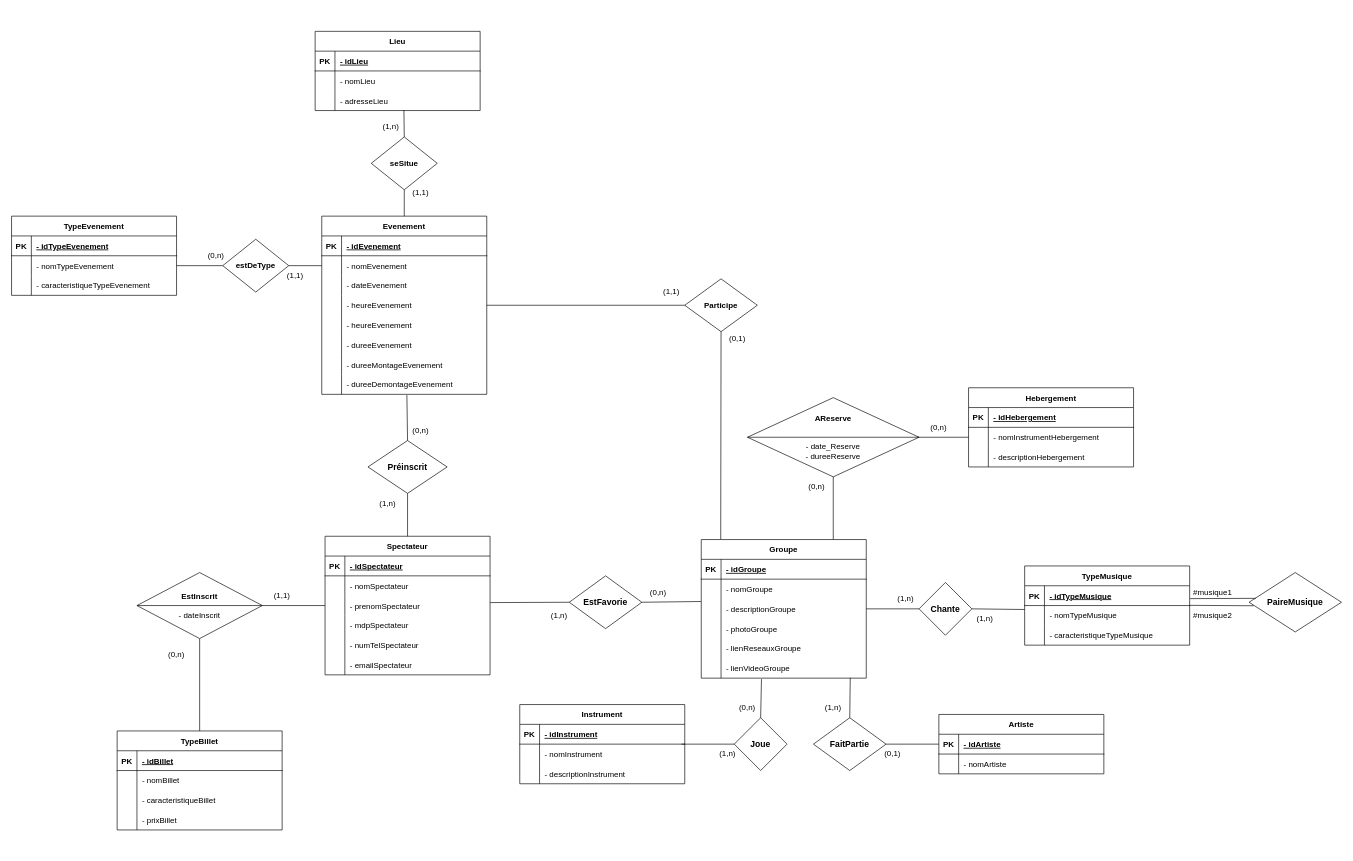
The draw.io diagram Diagramme.drawio in RomainMechain/SAE_BD, before the edit. Source tidied: cells renumbered, new cells numbered last; positions are measured from the earlier drawing's top-left corner, leaving out a move shared by most shapes. Both pictures are drawn from the tidied source at 66%, with x=0, y=0 at pixel (11, 31).
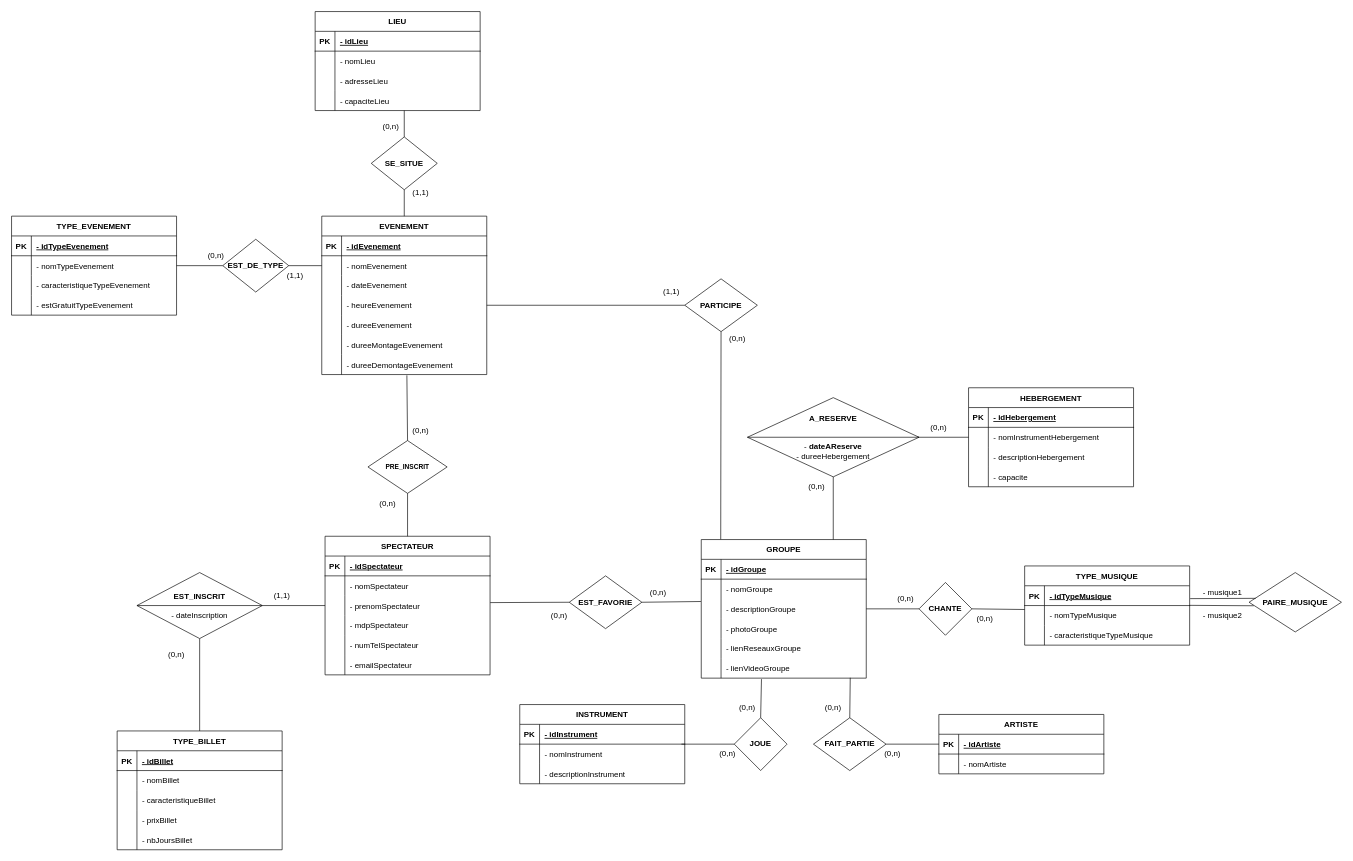
The same page after the edit.

Commit message (it also covers changes not shown here):
Fix: correction final du diagramme

The change refers to these unchanged cells:
```xml
<mxCell id="41" style="shape=partialRectangle;fillColor=none;points=[[0,0.5],[1,0.5]];portConstraint=eastwest;top=0;left=0;right=0;bottom=0;" parent="34" vertex="1">
  <mxGeometry y="90" width="250" height="30" as="geometry" />
</mxCell>
<mxCell id="57" style="shape=partialRectangle;fillColor=none;top=0;left=0;right=0;bottom=0;" parent="44" vertex="1">
  <mxGeometry y="150" width="250" height="30" as="geometry" />
</mxCell>
```

Diff of the diagram source:
```diff
@@
-    <mxCell id="2" value="Spectateur" style="shape=table;startSize=30;childLayout=tableLayout;rowLines=0;fontStyle=1;align=center;" parent="1" vertex="1">
+    <mxCell id="2" value="SPECTATEUR" style="shape=table;startSize=30;childLayout=tableLayout;rowLines=0;fontStyle=1;align=center;" parent="1" vertex="1">
       <mxGeometry x="475" y="765" width="250" height="210" as="geometry" />
     </mxCell>
@@
-    <mxCell id="21" value="TypeBillet" style="shape=table;startSize=30;childLayout=tableLayout;rowLines=0;fontStyle=1;align=center;" parent="1" vertex="1">
-      <mxGeometry x="160" y="1060" width="250" height="150" as="geometry" />
+    <mxCell id="21" value="TYPE_BILLET" style="shape=table;startSize=30;childLayout=tableLayout;rowLines=0;fontStyle=1;align=center;" parent="1" vertex="1">
+      <mxGeometry x="160" y="1060" width="250" height="180" as="geometry" />
     </mxCell>
@@
+    <mxCell id="192" style="shape=partialRectangle;fillColor=none;top=0;left=0;right=0;bottom=0;" parent="21" vertex="1">
+      <mxGeometry y="150" width="250" height="30" as="geometry" />
+    </mxCell>
+    <mxCell id="193" style="shape=partialRectangle;overflow=hidden;fillColor=none;top=0;left=0;bottom=0;right=0;" parent="192" vertex="1">
+      <mxGeometry width="30" height="30" as="geometry" />
+    </mxCell>
+    <mxCell id="194" value="- nbJoursBillet" style="shape=partialRectangle;overflow=hidden;fillColor=none;top=0;left=0;bottom=0;right=0;align=left;spacingLeft=6;" parent="192" vertex="1">
+      <mxGeometry x="30" width="220" height="30" as="geometry" />
+    </mxCell>
-    <mxCell id="34" value="Lieu" style="shape=table;startSize=30;childLayout=tableLayout;rowLines=0;fontStyle=1;align=center;" parent="1" vertex="1">
-      <mxGeometry x="460" width="250" height="120" as="geometry" />
+    <mxCell id="34" value="LIEU" style="shape=table;startSize=30;childLayout=tableLayout;rowLines=0;fontStyle=1;align=center;" parent="1" vertex="1">
+      <mxGeometry x="460" y="-30" width="250" height="150" as="geometry" />
     </mxCell>
@@
+    <mxCell id="195" style="shape=partialRectangle;fillColor=none;top=0;left=0;right=0;bottom=0;" parent="34" vertex="1">
+      <mxGeometry y="120" width="250" height="30" as="geometry" />
+    </mxCell>
+    <mxCell id="196" style="shape=partialRectangle;overflow=hidden;fillColor=none;top=0;left=0;bottom=0;right=0;" parent="195" vertex="1">
+      <mxGeometry width="30" height="30" as="geometry" />
+    </mxCell>
+    <mxCell id="197" value="- capaciteLieu" style="shape=partialRectangle;overflow=hidden;fillColor=none;top=0;left=0;bottom=0;right=0;align=left;spacingLeft=6;" parent="195" vertex="1">
+      <mxGeometry x="30" width="220" height="30" as="geometry" />
+    </mxCell>
-    <mxCell id="44" value="Evenement" style="shape=table;startSize=30;childLayout=tableLayout;rowLines=0;fontStyle=1;align=center;" parent="1" vertex="1">
-      <mxGeometry x="470" y="280" width="250" height="270" as="geometry" />
+    <mxCell id="44" value="EVENEMENT" style="shape=table;startSize=30;childLayout=tableLayout;rowLines=0;fontStyle=1;align=center;" parent="1" vertex="1">
+      <mxGeometry x="470" y="280" width="250" height="240" as="geometry" />
     </mxCell>
@@
-    <mxCell id="59" value="- heureEvenement" style="shape=partialRectangle;overflow=hidden;fillColor=none;top=0;left=0;bottom=0;right=0;align=left;spacingLeft=6;" parent="57" vertex="1">
+    <mxCell id="59" value="- dureeEvenement" style="shape=partialRectangle;overflow=hidden;fillColor=none;top=0;left=0;bottom=0;right=0;align=left;spacingLeft=6;" parent="57" vertex="1">
       <mxGeometry x="30" width="220" height="30" as="geometry" />
     </mxCell>
-    <mxCell id="60" style="shape=partialRectangle;fillColor=none;top=0;left=0;right=0;bottom=0;" parent="44" vertex="1">
-      <mxGeometry y="180" width="250" height="30" as="geometry" />
-    </mxCell>
-    <mxCell id="61" style="shape=partialRectangle;overflow=hidden;fillColor=none;top=0;left=0;bottom=0;right=0;" parent="60" vertex="1">
-      <mxGeometry width="30" height="30" as="geometry" />
-    </mxCell>
-    <mxCell id="62" value="- dureeEvenement" style="shape=partialRectangle;overflow=hidden;fillColor=none;top=0;left=0;bottom=0;right=0;align=left;spacingLeft=6;" parent="60" vertex="1">
-      <mxGeometry x="30" width="220" height="30" as="geometry" />
-    </mxCell>
     <mxCell id="63" style="shape=partialRectangle;fillColor=none;top=0;left=0;right=0;bottom=0;" parent="44" vertex="1">
-      <mxGeometry y="210" width="250" height="30" as="geometry" />
+      <mxGeometry y="180" width="250" height="30" as="geometry" />
     </mxCell>
@@
     <mxCell id="66" style="shape=partialRectangle;fillColor=none;points=[[0,0.5],[1,0.5]];portConstraint=eastwest;top=0;left=0;right=0;bottom=0;" parent="44" vertex="1">
-      <mxGeometry y="240" width="250" height="30" as="geometry" />
+      <mxGeometry y="210" width="250" height="30" as="geometry" />
     </mxCell>
@@
-    <mxCell id="69" value="TypeEvenement" style="shape=table;startSize=30;childLayout=tableLayout;rowLines=0;fontStyle=1;align=center;" parent="1" vertex="1">
-      <mxGeometry y="280" width="250" height="120" as="geometry" />
+    <mxCell id="69" value="TYPE_EVENEMENT" style="shape=table;startSize=30;childLayout=tableLayout;rowLines=0;fontStyle=1;align=center;" parent="1" vertex="1">
+      <mxGeometry y="280" width="250" height="150" as="geometry" />
     </mxCell>
@@
+    <mxCell id="198" style="shape=partialRectangle;fillColor=none;top=0;left=0;right=0;bottom=0;" parent="69" vertex="1">
+      <mxGeometry y="120" width="250" height="30" as="geometry" />
+    </mxCell>
+    <mxCell id="199" style="shape=partialRectangle;overflow=hidden;fillColor=none;top=0;left=0;bottom=0;right=0;" parent="198" vertex="1">
+      <mxGeometry width="30" height="30" as="geometry" />
+    </mxCell>
+    <mxCell id="200" value="- estGratuitTypeEvenement" style="shape=partialRectangle;overflow=hidden;fillColor=none;top=0;left=0;bottom=0;right=0;align=left;spacingLeft=6;" parent="198" vertex="1">
+      <mxGeometry x="30" width="220" height="30" as="geometry" />
+    </mxCell>
-    <mxCell id="79" value="Artiste" style="shape=table;startSize=30;childLayout=tableLayout;rowLines=0;fontStyle=1;align=center;" parent="1" vertex="1">
+    <mxCell id="79" value="ARTISTE" style="shape=table;startSize=30;childLayout=tableLayout;rowLines=0;fontStyle=1;align=center;" parent="1" vertex="1">
       <mxGeometry x="1405" y="1035" width="250" height="90" as="geometry" />
     </mxCell>
@@
-    <mxCell id="86" value="Groupe" style="shape=table;startSize=30;childLayout=tableLayout;rowLines=0;fontStyle=1;align=center;" parent="1" vertex="1">
+    <mxCell id="86" value="GROUPE" style="shape=table;startSize=30;childLayout=tableLayout;rowLines=0;fontStyle=1;align=center;" parent="1" vertex="1">
       <mxGeometry x="1045" y="770" width="250" height="210" as="geometry" />
     </mxCell>
@@
-    <mxCell id="105" value="Instrument" style="shape=table;startSize=30;childLayout=tableLayout;rowLines=0;fontStyle=1;align=center;" parent="1" vertex="1">
+    <mxCell id="105" value="INSTRUMENT" style="shape=table;startSize=30;childLayout=tableLayout;rowLines=0;fontStyle=1;align=center;" parent="1" vertex="1">
       <mxGeometry x="770" y="1020" width="250" height="120" as="geometry" />
     </mxCell>
@@
-    <mxCell id="115" value="TypeMusique" style="shape=table;startSize=30;childLayout=tableLayout;rowLines=0;fontStyle=1;align=center;" parent="1" vertex="1">
+    <mxCell id="115" value="TYPE_MUSIQUE" style="shape=table;startSize=30;childLayout=tableLayout;rowLines=0;fontStyle=1;align=center;" parent="1" vertex="1">
       <mxGeometry x="1535" y="810" width="250" height="120" as="geometry" />
     </mxCell>
@@
-    <mxCell id="125" value="Hebergement" style="shape=table;startSize=30;childLayout=tableLayout;rowLines=0;fontStyle=1;align=center;" parent="1" vertex="1">
-      <mxGeometry x="1450" y="540" width="250" height="120" as="geometry" />
+    <mxCell id="125" value="HEBERGEMENT" style="shape=table;startSize=30;childLayout=tableLayout;rowLines=0;fontStyle=1;align=center;" parent="1" vertex="1">
+      <mxGeometry x="1450" y="540" width="250" height="150" as="geometry" />
     </mxCell>
@@
+    <mxCell id="201" style="shape=partialRectangle;fillColor=none;top=0;left=0;right=0;bottom=0;" parent="125" vertex="1">
+      <mxGeometry y="120" width="250" height="30" as="geometry" />
+    </mxCell>
+    <mxCell id="202" style="shape=partialRectangle;overflow=hidden;fillColor=none;top=0;left=0;bottom=0;right=0;" parent="201" vertex="1">
+      <mxGeometry width="30" height="30" as="geometry" />
+    </mxCell>
+    <mxCell id="203" value="- capacite" style="shape=partialRectangle;overflow=hidden;fillColor=none;top=0;left=0;bottom=0;right=0;align=left;spacingLeft=6;" parent="201" vertex="1">
+      <mxGeometry x="30" width="220" height="30" as="geometry" />
+    </mxCell>
-    <mxCell id="135" value="&lt;font size=&quot;1&quot;&gt;&lt;b style=&quot;font-size: 13px;&quot;&gt;Préinscrit&lt;/b&gt;&lt;/font&gt;" style="rhombus;whiteSpace=wrap;html=1;" parent="1" vertex="1">
+    <mxCell id="135" value="&lt;font size=&quot;1&quot;&gt;&lt;b&gt;PRE_INSCRIT&lt;/b&gt;&lt;/font&gt;" style="rhombus;whiteSpace=wrap;html=1;" parent="1" vertex="1">
       <mxGeometry x="540" y="620" width="120" height="80" as="geometry" />
     </mxCell>
-    <mxCell id="136" value="&lt;b&gt;&lt;font style=&quot;font-size: 13px;&quot;&gt;EstFavorie&lt;/font&gt;&lt;/b&gt;" style="rhombus;whiteSpace=wrap;html=1;" parent="1" vertex="1">
+    <mxCell id="136" value="&lt;b&gt;EST_FAVORIE&lt;/b&gt;" style="rhombus;whiteSpace=wrap;html=1;" parent="1" vertex="1">
       <mxGeometry x="845" y="825" width="110" height="80" as="geometry" />
     </mxCell>
-    <mxCell id="137" value="&lt;b&gt;&lt;font style=&quot;font-size: 13px;&quot;&gt;PaireMusique&lt;/font&gt;&lt;/b&gt;" style="rhombus;whiteSpace=wrap;html=1;" parent="1" vertex="1">
+    <mxCell id="137" value="&lt;b&gt;PAIRE_MUSIQUE&lt;/b&gt;" style="rhombus;whiteSpace=wrap;html=1;" parent="1" vertex="1">
       <mxGeometry x="1875" y="820" width="140" height="90" as="geometry" />
     </mxCell>
-    <mxCell id="138" value="&lt;b&gt;&lt;font style=&quot;font-size: 13px;&quot;&gt;Chante&lt;/font&gt;&lt;/b&gt;" style="rhombus;whiteSpace=wrap;html=1;" parent="1" vertex="1">
+    <mxCell id="138" value="&lt;b&gt;CHANTE&lt;/b&gt;" style="rhombus;whiteSpace=wrap;html=1;" parent="1" vertex="1">
       <mxGeometry x="1375" y="835" width="80" height="80" as="geometry" />
     </mxCell>
-    <mxCell id="139" value="&lt;b&gt;&lt;font style=&quot;font-size: 13px;&quot;&gt;FaitPartie&lt;/font&gt;&lt;/b&gt;" style="rhombus;whiteSpace=wrap;html=1;" parent="1" vertex="1">
+    <mxCell id="139" value="&lt;b&gt;FAIT_PARTIE&lt;/b&gt;" style="rhombus;whiteSpace=wrap;html=1;" parent="1" vertex="1">
       <mxGeometry x="1215" y="1040" width="110" height="80" as="geometry" />
     </mxCell>
-    <mxCell id="140" value="&lt;b&gt;&lt;font style=&quot;font-size: 13px;&quot;&gt;Joue&lt;/font&gt;&lt;/b&gt;" style="rhombus;whiteSpace=wrap;html=1;" parent="1" vertex="1">
+    <mxCell id="140" value="&lt;b&gt;JOUE&lt;/b&gt;" style="rhombus;whiteSpace=wrap;html=1;" parent="1" vertex="1">
       <mxGeometry x="1095" y="1040" width="80" height="80" as="geometry" />
     </mxCell>
@@
-    <mxCell id="150" style="endArrow=none;html=1;rounded=0;entryX=0.5;entryY=0;entryDx=0;entryDy=0;exitX=0.538;exitY=0.976;exitDx=0;exitDy=0;exitPerimeter=0;" parent="1" edge="1" source="41" target="190">
-      <mxGeometry relative="1" as="geometry" />
+    <mxCell id="150" style="endArrow=none;html=1;rounded=0;entryX=0.5;entryY=0;entryDx=0;entryDy=0;" parent="1" edge="1" target="190">
+      <mxGeometry relative="1" as="geometry">
+        <mxPoint x="595" y="120" as="sourcePoint" />
+      </mxGeometry>
     </mxCell>
@@
-    <mxCell id="160" value="(1,n)" style="text;html=1;strokeColor=none;fillColor=none;align=center;verticalAlign=middle;whiteSpace=wrap;rounded=0;" parent="1" vertex="1">
+    <mxCell id="160" value="(0,n)" style="text;html=1;strokeColor=none;fillColor=none;align=center;verticalAlign=middle;whiteSpace=wrap;rounded=0;" parent="1" vertex="1">
       <mxGeometry x="545" y="130" width="60" height="30" as="geometry" />
     </mxCell>
@@
-    <mxCell id="164" value="(1,n)" style="text;html=1;strokeColor=none;fillColor=none;align=center;verticalAlign=middle;whiteSpace=wrap;rounded=0;" parent="1" vertex="1">
+    <mxCell id="164" value="(0,n)" style="text;html=1;strokeColor=none;fillColor=none;align=center;verticalAlign=middle;whiteSpace=wrap;rounded=0;" parent="1" vertex="1">
       <mxGeometry x="540" y="700" width="60" height="30" as="geometry" />
     </mxCell>
@@
-    <mxCell id="167" value="(1,n)" style="text;html=1;strokeColor=none;fillColor=none;align=center;verticalAlign=middle;whiteSpace=wrap;rounded=0;" parent="1" vertex="1">
+    <mxCell id="167" value="(0,n)" style="text;html=1;strokeColor=none;fillColor=none;align=center;verticalAlign=middle;whiteSpace=wrap;rounded=0;" parent="1" vertex="1">
       <mxGeometry x="800" y="870" width="60" height="30" as="geometry" />
     </mxCell>
@@
-    <mxCell id="171" value="(1,n)" style="text;html=1;strokeColor=none;fillColor=none;align=center;verticalAlign=middle;whiteSpace=wrap;rounded=0;" parent="1" vertex="1">
+    <mxCell id="171" value="(0,n)" style="text;html=1;strokeColor=none;fillColor=none;align=center;verticalAlign=middle;whiteSpace=wrap;rounded=0;" parent="1" vertex="1">
       <mxGeometry x="1325" y="845" width="60" height="30" as="geometry" />
     </mxCell>
-    <mxCell id="172" value="(1,n)" style="text;html=1;strokeColor=none;fillColor=none;align=center;verticalAlign=middle;whiteSpace=wrap;rounded=0;" parent="1" vertex="1">
+    <mxCell id="172" value="(0,n)" style="text;html=1;strokeColor=none;fillColor=none;align=center;verticalAlign=middle;whiteSpace=wrap;rounded=0;" parent="1" vertex="1">
       <mxGeometry x="1445" y="875" width="60" height="30" as="geometry" />
     </mxCell>
-    <mxCell id="173" value="(1,n)" style="text;html=1;strokeColor=none;fillColor=none;align=center;verticalAlign=middle;whiteSpace=wrap;rounded=0;" parent="1" vertex="1">
+    <mxCell id="173" value="(0,n)" style="text;html=1;strokeColor=none;fillColor=none;align=center;verticalAlign=middle;whiteSpace=wrap;rounded=0;" parent="1" vertex="1">
       <mxGeometry x="1215" y="1010" width="60" height="30" as="geometry" />
     </mxCell>
-    <mxCell id="174" value="(0,1)" style="text;html=1;strokeColor=none;fillColor=none;align=center;verticalAlign=middle;whiteSpace=wrap;rounded=0;" parent="1" vertex="1">
+    <mxCell id="174" value="(0,n)" style="text;html=1;strokeColor=none;fillColor=none;align=center;verticalAlign=middle;whiteSpace=wrap;rounded=0;" parent="1" vertex="1">
       <mxGeometry x="1305" y="1080" width="60" height="30" as="geometry" />
     </mxCell>
@@
-    <mxCell id="176" value="(1,n)" style="text;html=1;strokeColor=none;fillColor=none;align=center;verticalAlign=middle;whiteSpace=wrap;rounded=0;" parent="1" vertex="1">
+    <mxCell id="176" value="(0,n)" style="text;html=1;strokeColor=none;fillColor=none;align=center;verticalAlign=middle;whiteSpace=wrap;rounded=0;" parent="1" vertex="1">
       <mxGeometry x="1055" y="1080" width="60" height="30" as="geometry" />
     </mxCell>
-    <mxCell id="177" value="#musique2" style="text;html=1;strokeColor=none;fillColor=none;align=center;verticalAlign=middle;whiteSpace=wrap;rounded=0;" parent="1" vertex="1">
-      <mxGeometry x="1790" y="870" width="60" height="30" as="geometry" />
+    <mxCell id="177" value="- musique2" style="text;html=1;strokeColor=none;fillColor=none;align=center;verticalAlign=middle;whiteSpace=wrap;rounded=0;" parent="1" vertex="1">
+      <mxGeometry x="1790" y="870" width="90" height="30" as="geometry" />
     </mxCell>
-    <mxCell id="178" value="#musique1" style="text;html=1;strokeColor=none;fillColor=none;align=center;verticalAlign=middle;whiteSpace=wrap;rounded=0;" parent="1" vertex="1">
-      <mxGeometry x="1790" y="835" width="60" height="30" as="geometry" />
+    <mxCell id="178" value="- musique1" style="text;html=1;strokeColor=none;fillColor=none;align=center;verticalAlign=middle;whiteSpace=wrap;rounded=0;" parent="1" vertex="1">
+      <mxGeometry x="1790" y="835" width="90" height="30" as="geometry" />
     </mxCell>
-    <mxCell id="179" value="&lt;div&gt;&lt;b&gt;EstInscrit&lt;/b&gt;&lt;/div&gt;&lt;div&gt;&lt;b&gt;&lt;br&gt;&lt;/b&gt;&lt;/div&gt;&lt;div&gt;- dateInscrit&lt;br&gt;&lt;/div&gt;" style="rhombus;whiteSpace=wrap;html=1;" parent="1" vertex="1">
+    <mxCell id="179" value="&lt;div&gt;&lt;b&gt;EST_INSCRIT&lt;/b&gt;&lt;/div&gt;&lt;div&gt;&lt;b&gt;&lt;br&gt;&lt;/b&gt;&lt;/div&gt;&lt;div&gt;- dateInscription&lt;/div&gt;" style="rhombus;whiteSpace=wrap;html=1;" parent="1" vertex="1">
       <mxGeometry x="190" y="820" width="190" height="100" as="geometry" />
     </mxCell>
@@
-    <mxCell id="181" value="&lt;div&gt;&lt;b&gt;AReserve&lt;/b&gt;&lt;/div&gt;&lt;div&gt;&lt;b&gt;&lt;br&gt;&lt;/b&gt;&lt;/div&gt;&lt;div&gt;&lt;b&gt;&lt;br&gt;&lt;/b&gt;&lt;/div&gt;&lt;div&gt;- date_Reserve&lt;br&gt;&lt;/div&gt;&lt;div&gt;- dureeReserve&lt;br&gt;&lt;/div&gt;" style="rhombus;whiteSpace=wrap;html=1;" parent="1" vertex="1">
+    <mxCell id="181" value="&lt;div&gt;&lt;b&gt;A_RESERVE&lt;/b&gt;&lt;/div&gt;&lt;div&gt;&lt;b&gt;&lt;br&gt;&lt;/b&gt;&lt;/div&gt;&lt;div&gt;&lt;b&gt;&lt;br&gt;&lt;/b&gt;&lt;/div&gt;&lt;div&gt;- &lt;b&gt;dateAReserve&lt;/b&gt;&lt;br&gt;&lt;/div&gt;&lt;div&gt;- dureeHebergement&lt;br&gt;&lt;/div&gt;" style="rhombus;whiteSpace=wrap;html=1;" parent="1" vertex="1">
       <mxGeometry x="1115" y="555" width="260" height="120" as="geometry" />
     </mxCell>
@@
-    <mxCell id="183" value="&lt;b&gt;Participe&lt;/b&gt;" style="rhombus;whiteSpace=wrap;html=1;" parent="1" vertex="1">
+    <mxCell id="183" value="&lt;b&gt;PARTICIPE&lt;/b&gt;" style="rhombus;whiteSpace=wrap;html=1;" parent="1" vertex="1">
       <mxGeometry x="1020" y="375" width="110" height="80" as="geometry" />
     </mxCell>
@@
-    <mxCell id="186" value="(0,1)" style="text;html=1;strokeColor=none;fillColor=none;align=center;verticalAlign=middle;whiteSpace=wrap;rounded=0;" parent="1" vertex="1">
+    <mxCell id="186" value="(0,n)" style="text;html=1;strokeColor=none;fillColor=none;align=center;verticalAlign=middle;whiteSpace=wrap;rounded=0;" parent="1" vertex="1">
       <mxGeometry x="1070" y="450" width="60" height="30" as="geometry" />
     </mxCell>
@@
-    <mxCell id="188" value="&lt;b&gt;estDeType&lt;/b&gt;" style="rhombus;whiteSpace=wrap;html=1;" parent="1" vertex="1">
+    <mxCell id="188" value="&lt;b&gt;EST_DE_TYPE&lt;/b&gt;" style="rhombus;whiteSpace=wrap;html=1;" parent="1" vertex="1">
       <mxGeometry x="320" y="315" width="100" height="80" as="geometry" />
     </mxCell>
@@
-    <mxCell id="190" value="&lt;b&gt;seSitue&lt;/b&gt;" style="rhombus;whiteSpace=wrap;html=1;" parent="1" vertex="1">
+    <mxCell id="190" value="&lt;b&gt;SE_SITUE&lt;/b&gt;" style="rhombus;whiteSpace=wrap;html=1;" parent="1" vertex="1">
       <mxGeometry x="545" y="160" width="100" height="80" as="geometry" />
     </mxCell>
```
